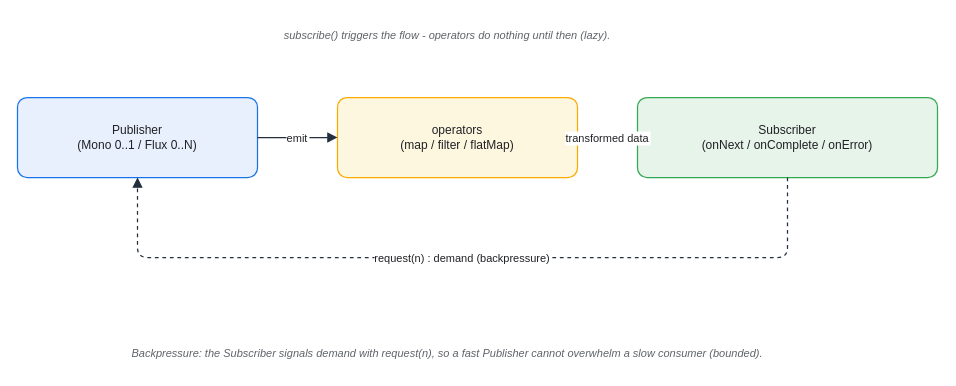
Earlier version of the draw.io diagram assets/img/spring/spring-10-mono-flux-backpressure.drawio (KKamJi98/kkamji98.github.io). Source tidied: cells renumbered, new cells numbered last; positions are measured from the earlier drawing's top-left corner, leaving out a move shared by most shapes. Both pictures are drawn from the tidied source at 100%, with x=0, y=0 at pixel (17, 17).
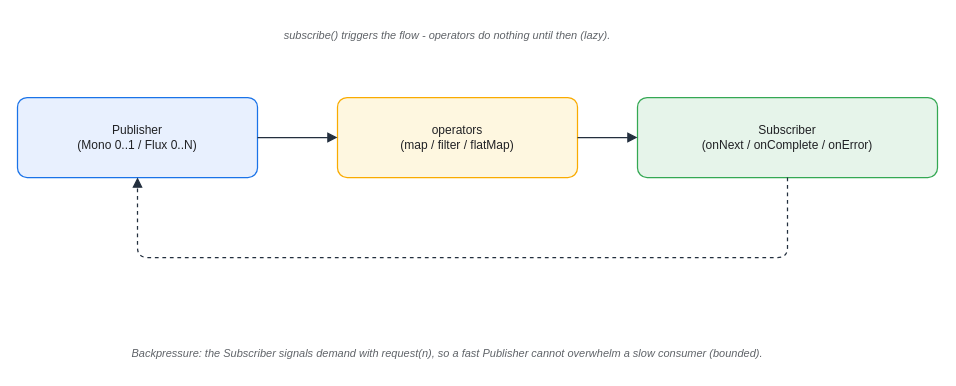
The same diagram, later.

Change to the diagram source:
```diff
@@
 <mxGraphModel background="#FFFFFF">
   <root>
     <mxCell id="0" />
     <mxCell id="1" parent="0" />
     <mxCell id="2" value="Publisher&#10;(Mono 0..1 / Flux 0..N)" style="rounded=1;whiteSpace=wrap;html=0;arcSize=12;shadow=0;fillColor=#E8F0FE;strokeColor=#1A73E8;fontColor=#202124;strokeWidth=1.25;" parent="1" vertex="1">
       <mxGeometry y="80" width="240" height="80" as="geometry" />
     </mxCell>
     <mxCell id="3" value="operators&#10;(map / filter / flatMap)" style="rounded=1;whiteSpace=wrap;html=0;arcSize=12;shadow=0;fillColor=#FEF7E0;strokeColor=#F9AB00;fontColor=#202124;strokeWidth=1.25;" parent="1" vertex="1">
       <mxGeometry x="320" y="80" width="240" height="80" as="geometry" />
     </mxCell>
     <mxCell id="4" value="Subscriber&#10;(onNext / onComplete / onError)" style="rounded=1;whiteSpace=wrap;html=0;arcSize=12;shadow=0;fillColor=#E6F4EA;strokeColor=#34A853;fontColor=#202124;strokeWidth=1.25;" parent="1" vertex="1">
       <mxGeometry x="620" y="80" width="300" height="80" as="geometry" />
     </mxCell>
     <mxCell id="5" value="subscribe() triggers the flow - operators do nothing until then (lazy)." style="text;html=0;align=center;verticalAlign=middle;whiteSpace=wrap;fontSize=11;fontColor=#5F6368;fontStyle=2;" parent="1" vertex="1">
       <mxGeometry width="860" height="35" as="geometry" />
     </mxCell>
     <mxCell id="6" value="Backpressure: the Subscriber signals demand with request(n), so a fast Publisher cannot overwhelm a slow consumer (bounded)." style="text;html=0;align=center;verticalAlign=middle;whiteSpace=wrap;fontSize=11;fontColor=#5F6368;fontStyle=2;" parent="1" vertex="1">
       <mxGeometry y="320" width="860" height="32" as="geometry" />
     </mxCell>
-    <mxCell id="7" value="emit" style="edgeStyle=orthogonalEdgeStyle;rounded=1;html=0;fontColor=#202124;strokeColor=#232F3E;labelBackgroundColor=#FFFFFF;endArrow=block;exitX=1;exitY=0.5;exitDx=0;exitDy=0;entryX=0;entryY=0.5;entryDx=0;entryDy=0;strokeWidth=1.25;endSize=7;" parent="1" edge="1" source="2" target="3">
+    <mxCell id="7" style="edgeStyle=orthogonalEdgeStyle;rounded=1;html=0;fontColor=#202124;strokeColor=#232F3E;labelBackgroundColor=none;endArrow=block;exitX=1;exitY=0.5;exitDx=0;exitDy=0;entryX=0;entryY=0.5;entryDx=0;entryDy=0;strokeWidth=1.25;endSize=7;" parent="1" edge="1" source="2" target="3">
       <mxGeometry relative="1" as="geometry" />
     </mxCell>
-    <mxCell id="8" value="transformed data" style="edgeStyle=orthogonalEdgeStyle;rounded=1;html=0;fontColor=#202124;strokeColor=#232F3E;labelBackgroundColor=#FFFFFF;endArrow=block;exitX=1;exitY=0.5;exitDx=0;exitDy=0;entryX=0;entryY=0.5;entryDx=0;entryDy=0;strokeWidth=1.25;endSize=7;" parent="1" edge="1" source="3" target="4">
+    <mxCell id="8" style="edgeStyle=orthogonalEdgeStyle;rounded=1;html=0;fontColor=#202124;strokeColor=#232F3E;labelBackgroundColor=none;endArrow=block;exitX=1;exitY=0.5;exitDx=0;exitDy=0;entryX=0;entryY=0.5;entryDx=0;entryDy=0;strokeWidth=1.25;endSize=7;" parent="1" edge="1" source="3" target="4">
       <mxGeometry relative="1" as="geometry" />
     </mxCell>
-    <mxCell id="9" value="request(n) : demand (backpressure)" style="edgeStyle=orthogonalEdgeStyle;rounded=1;html=0;dashed=1;fontColor=#202124;strokeColor=#232F3E;labelBackgroundColor=#FFFFFF;endArrow=block;exitX=0.5;exitY=1;exitDx=0;exitDy=0;entryX=0.5;entryY=1;entryDx=0;entryDy=0;strokeWidth=1.25;endSize=7;" parent="1" edge="1" source="4" target="2">
+    <mxCell id="9" style="edgeStyle=orthogonalEdgeStyle;rounded=1;html=0;dashed=1;fontColor=#202124;strokeColor=#232F3E;labelBackgroundColor=none;endArrow=block;exitX=0.5;exitY=1;exitDx=0;exitDy=0;entryX=0.5;entryY=1;entryDx=0;entryDy=0;strokeWidth=1.25;endSize=7;" parent="1" edge="1" source="4" target="2">
       <mxGeometry relative="1" as="geometry">
         <Array as="points">
           <mxPoint x="770" y="240" />
           <mxPoint x="740" y="240" />
           <mxPoint x="120" y="240" />
         </Array>
       </mxGeometry>
     </mxCell>
   </root>
 </mxGraphModel>
```
